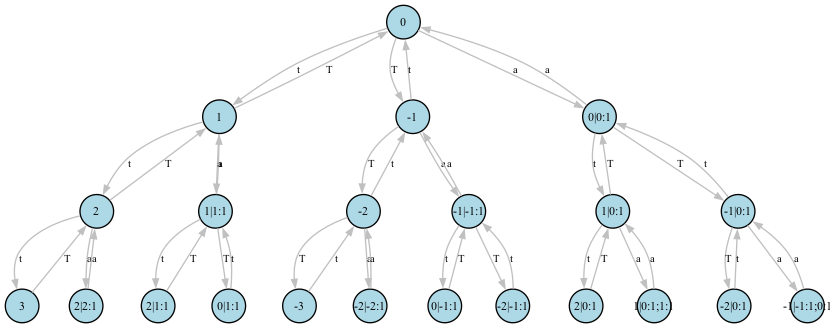
This is lamplighter_B3.png from milly-pope/lamplighter, a Graphviz export, as it was before one commit. Its source is kept beside it as lamplighter_B3.dot.
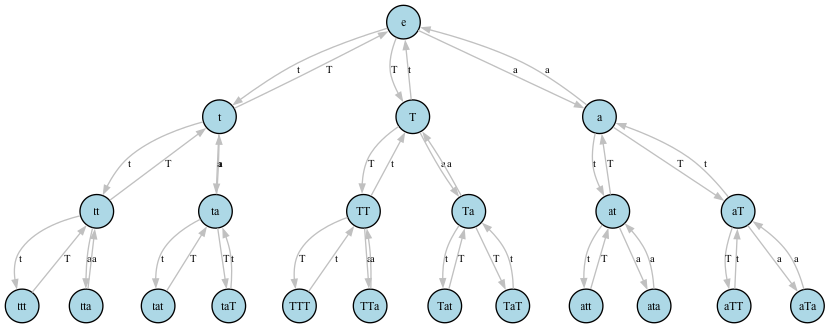
The same diagram one commit later.

What changed in the source:
```diff
@@ -2,28 +2,28 @@
   rankdir=TB;
   node [shape=circle, style=filled, fillcolor=lightblue, width=0.35, fixedsize=true, fontsize=9];
   edge [fontsize=8, color=gray, arrowsize=0.6];
-  v0 [label="0"];
-  v1 [label="1"];
-  v2 [label="-1"];
-  v3 [label="0\|0:1"];
-  v4 [label="2"];
-  v5 [label="1\|1:1"];
-  v6 [label="-2"];
-  v7 [label="-1\|-1:1"];
-  v8 [label="1\|0:1"];
-  v9 [label="-1\|0:1"];
-  v10 [label="3"];
-  v11 [label="2\|2:1"];
-  v12 [label="2\|1:1"];
-  v13 [label="0\|1:1"];
-  v14 [label="-3"];
-  v15 [label="-2\|-2:1"];
-  v16 [label="0\|-1:1"];
-  v17 [label="-2\|-1:1"];
-  v18 [label="2\|0:1"];
-  v19 [label="1\|0:1;1:1"];
-  v20 [label="-2\|0:1"];
-  v21 [label="-1\|-1:1;0:1"];
+  v0 [label="e"];
+  v1 [label="t"];
+  v2 [label="T"];
+  v3 [label="a"];
+  v4 [label="tt"];
+  v5 [label="ta"];
+  v6 [label="TT"];
+  v7 [label="Ta"];
+  v8 [label="at"];
+  v9 [label="aT"];
+  v10 [label="ttt"];
+  v11 [label="tta"];
+  v12 [label="tat"];
+  v13 [label="taT"];
+  v14 [label="TTT"];
+  v15 [label="TTa"];
+  v16 [label="Tat"];
+  v17 [label="TaT"];
+  v18 [label="att"];
+  v19 [label="ata"];
+  v20 [label="aTT"];
+  v21 [label="aTa"];
   v0 -> v1 [label="t"];
   v0 -> v2 [label="T"];
   v0 -> v3 [label="a"];
```
